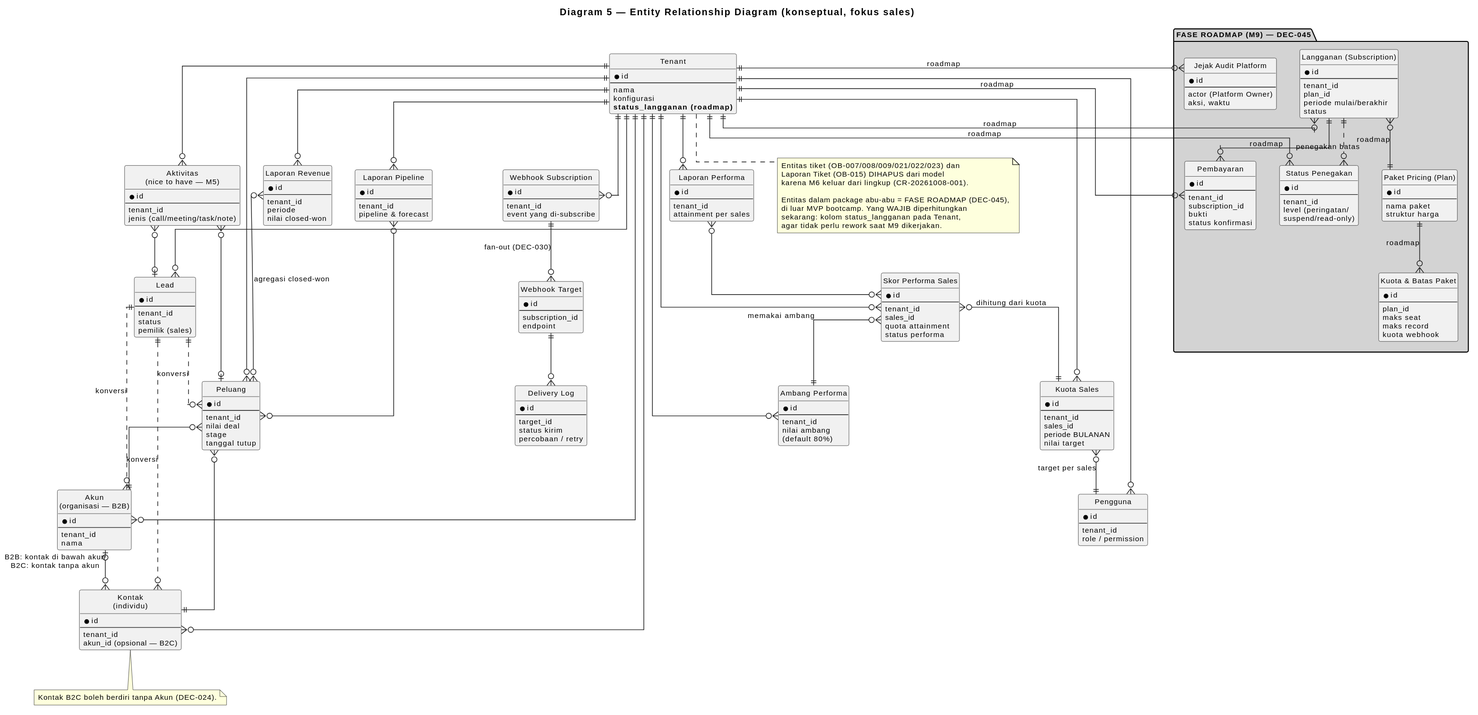
yudha-tlab/ai-os-knowledge keeps this PlantUML diagram as knowledge/projects/bootcamp-crm/requirements/brd/diagrams/06-erd.svg. Above is the earlier version.
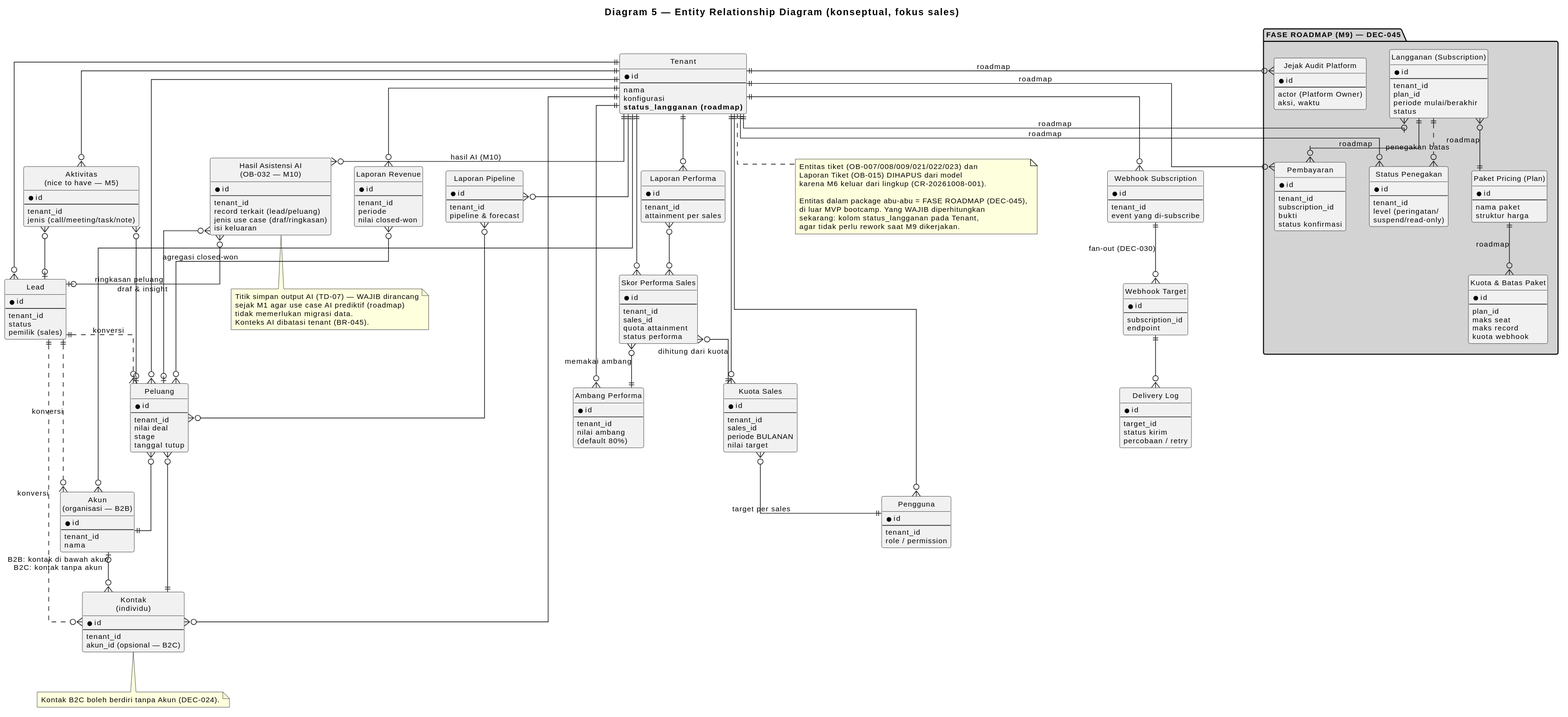
After the commit.

Diff of the diagram source:
```diff
@@ -121,6 +121,15 @@
   endpoint
 }
 
+entity "Hasil Asistensi AI\n(OB-032 — M10)" as AIO {
+  * id
+  --
+  tenant_id
+  record terkait (lead/peluang)
+  jenis use case (draf/ringkasan)
+  isi keluaran
+}
+
 entity "Delivery Log" as LOG {
   * id
   --
@@ -198,6 +207,10 @@
 SUBS ||..o{ ENF : "penegakan batas"
 AUD }o--|| TEN : "roadmap"
 
+TEN ||--o{ AIO : "hasil AI (M10)"
+AIO }o--o| LEAD : draf & insight
+AIO }o--o| PEL : ringkasan peluang
+
 AKN |o--o{ KON : "B2B: kontak di bawah akun\nB2C: kontak tanpa akun"
 LEAD ||..o{ KON : konversi
 LEAD ||..o{ AKN : konversi
@@ -220,6 +233,13 @@
   Kontak B2C boleh berdiri tanpa Akun (DEC-024).
 end note
 
+note bottom of AIO
+  Titik simpan output AI (TD-07) — WAJIB dirancang
+  sejak M1 agar use case AI prediktif (roadmap)
+  tidak memerlukan migrasi data.
+  Konteks AI dibatasi tenant (BR-045).
+end note
+
 note bottom of TEN
   Entitas tiket (OB-007/008/009/021/022/023) dan
   Laporan Tiket (OB-015) DIHAPUS dari model
```
